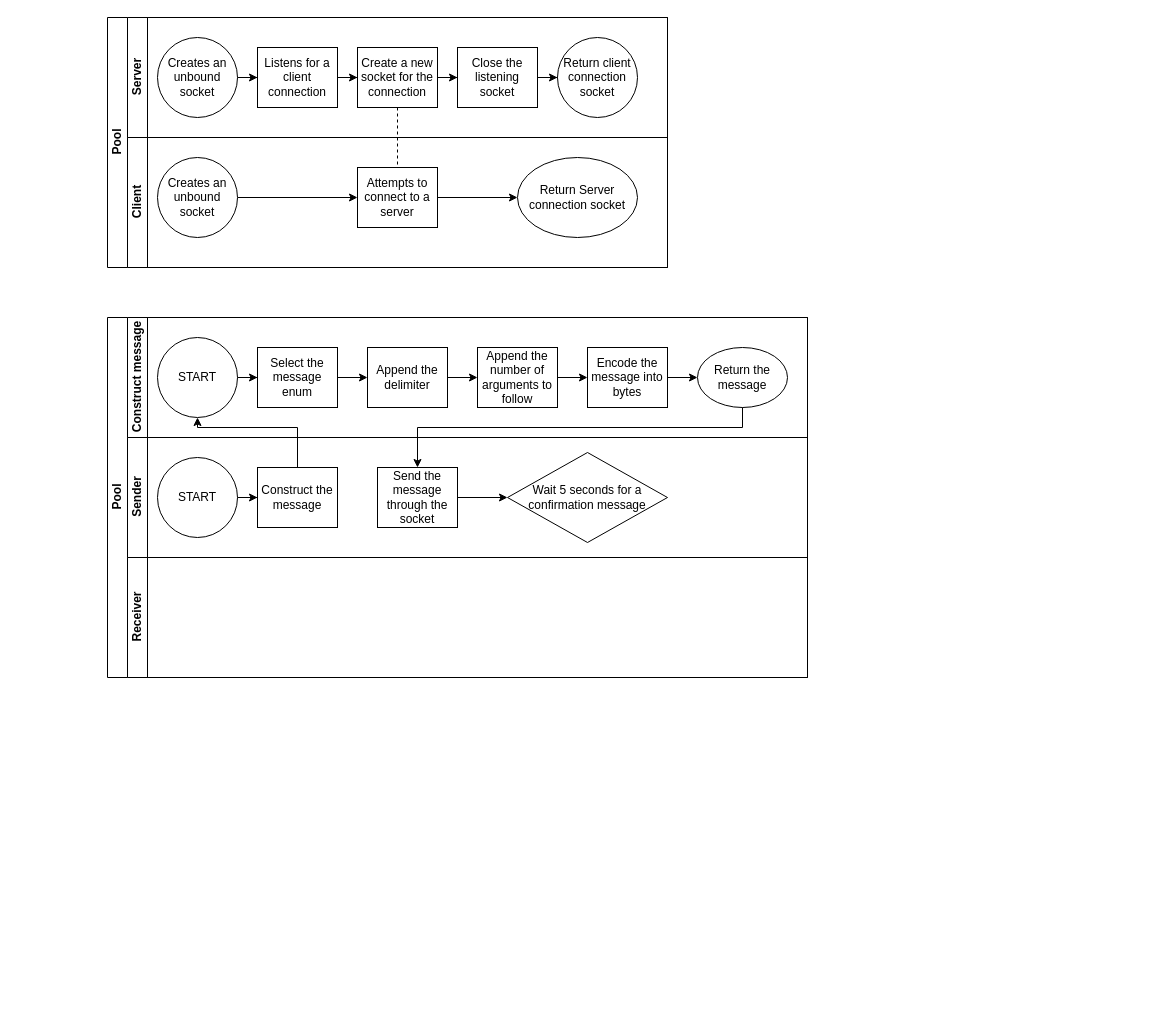
Earlier version of the draw.io diagram Swim lane diagrams.drawio (Rufushwilliams/NEA---MasterMind). Source tidied: cells renumbered, new cells numbered last; positions are measured from the earlier drawing's top-left corner, leaving out a move shared by most shapes. Both pictures are drawn from the tidied source at 100%, with x=0, y=0 at pixel (107, 17).
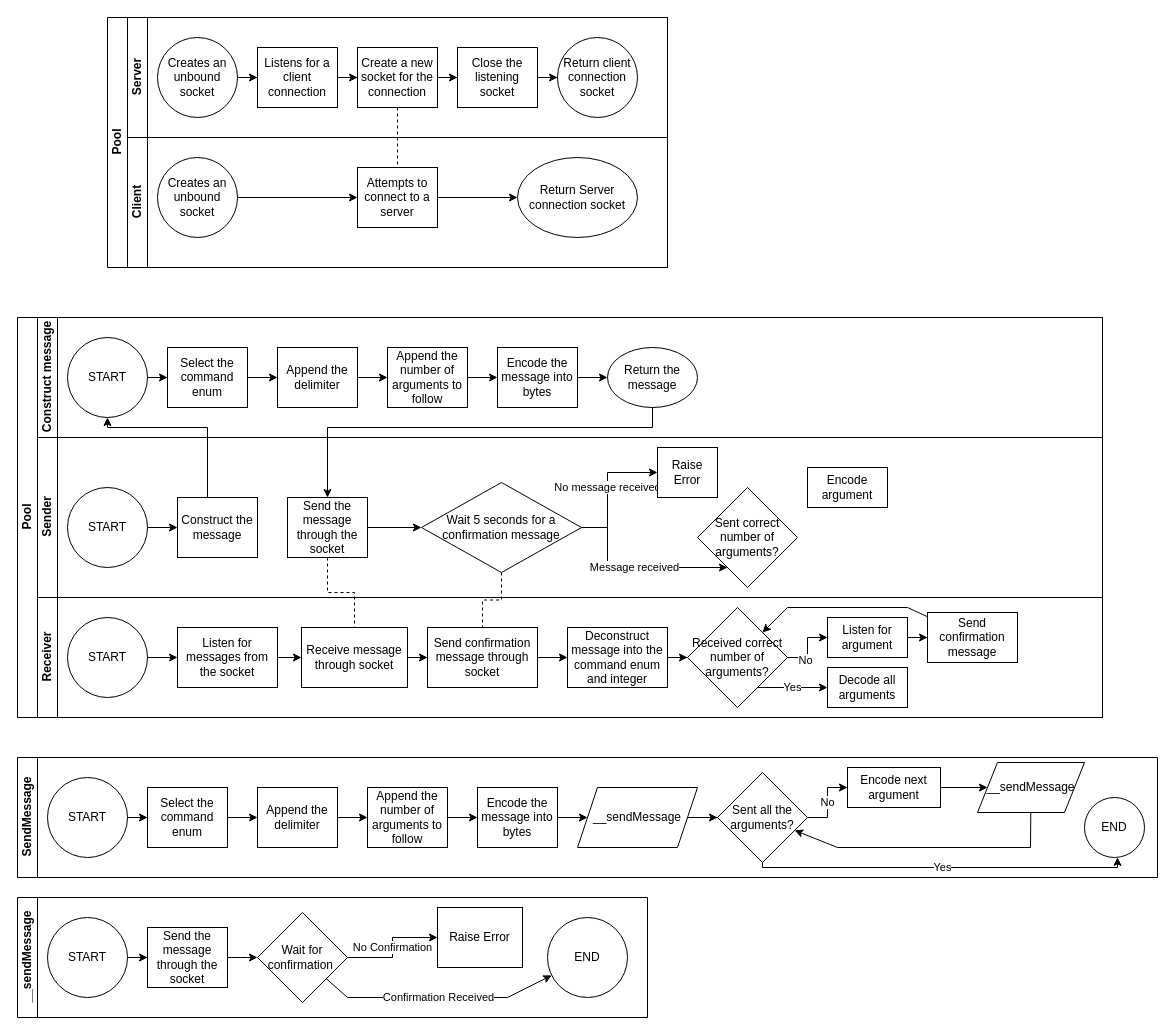
Above is the later version.

Diff of the diagram source:
```diff
@@
     <mxCell id="20" value="Pool" style="swimlane;html=1;horizontal=0;startSize=20;" parent="1" vertex="1">
-      <mxGeometry y="300" width="700" height="360" as="geometry" />
+      <mxGeometry x="-90" y="300" width="1085" height="400" as="geometry" />
     </mxCell>
     <mxCell id="21" value="Construct message" style="swimlane;html=1;startSize=20;horizontal=0;" parent="20" vertex="1">
-      <mxGeometry x="20" width="680" height="120" as="geometry" />
+      <mxGeometry x="20" width="1065" height="120" as="geometry" />
     </mxCell>
@@
-    <mxCell id="24" value="Select the message enum" style="rounded=0;whiteSpace=wrap;html=1;fontFamily=Helvetica;fontSize=12;fontColor=#000000;align=center;" parent="21" vertex="1">
+    <mxCell id="24" value="Select the command enum" style="rounded=0;whiteSpace=wrap;html=1;fontFamily=Helvetica;fontSize=12;fontColor=#000000;align=center;" parent="21" vertex="1">
       <mxGeometry x="130" y="30" width="80" height="60" as="geometry" />
     </mxCell>
@@
     <mxCell id="33" value="Sender" style="swimlane;html=1;startSize=20;horizontal=0;" parent="20" vertex="1">
-      <mxGeometry x="20" y="120" width="680" height="120" as="geometry" />
+      <mxGeometry x="20" y="120" width="1065" height="160" as="geometry" />
     </mxCell>
@@
     <mxCell id="35" value="START" style="ellipse;whiteSpace=wrap;html=1;" parent="33" vertex="1">
-      <mxGeometry x="30" y="20" width="80" height="80" as="geometry" />
+      <mxGeometry x="30" y="50" width="80" height="80" as="geometry" />
     </mxCell>
     <mxCell id="36" value="Construct the message" style="rounded=0;whiteSpace=wrap;html=1;fontFamily=Helvetica;fontSize=12;fontColor=#000000;align=center;" parent="33" vertex="1">
-      <mxGeometry x="130" y="30" width="80" height="60" as="geometry" />
+      <mxGeometry x="140" y="60" width="80" height="60" as="geometry" />
     </mxCell>
@@
     <mxCell id="38" value="Send the message through the socket" style="rounded=0;whiteSpace=wrap;html=1;fontFamily=Helvetica;fontSize=12;fontColor=#000000;align=center;" parent="33" vertex="1">
-      <mxGeometry x="250" y="30" width="80" height="60" as="geometry" />
+      <mxGeometry x="250" y="60" width="80" height="60" as="geometry" />
     </mxCell>
+    <mxCell id="43" value="No message received" style="edgeStyle=orthogonalEdgeStyle;rounded=0;jettySize=auto;html=1;" parent="33" edge="1" source="39" target="44">
+      <mxGeometry relative="1" as="geometry">
+        <Array as="points">
+          <mxPoint x="570" y="90" />
+          <mxPoint x="570" y="35" />
+        </Array>
+      </mxGeometry>
+    </mxCell>
     <mxCell id="39" value="Wait 5 seconds for a confirmation message" style="rhombus;whiteSpace=wrap;html=1;fontColor=#000000;rounded=0;" parent="33" vertex="1">
-      <mxGeometry x="380" y="15" width="160" height="90" as="geometry" />
+      <mxGeometry x="384" y="45" width="160" height="90" as="geometry" />
     </mxCell>
+    <mxCell id="44" value="Raise Error" style="whiteSpace=wrap;html=1;fontColor=#000000;rounded=0;" parent="33" vertex="1">
+      <mxGeometry x="620" y="10" width="60" height="50" as="geometry" />
+    </mxCell>
+    <mxCell id="45" value="Message received" style="edgeStyle=orthogonalEdgeStyle;rounded=0;jettySize=auto;html=1;" parent="33" edge="1" source="39" target="46">
+      <mxGeometry relative="1" as="geometry">
+        <Array as="points">
+          <mxPoint x="570" y="90" />
+          <mxPoint x="570" y="130" />
+        </Array>
+      </mxGeometry>
+    </mxCell>
+    <mxCell id="46" value="Sent correct number of arguments?" style="rhombus;whiteSpace=wrap;html=1;" parent="33" vertex="1">
+      <mxGeometry x="660" y="50" width="100" height="100" as="geometry" />
+    </mxCell>
+    <mxCell id="47" value="Encode argument" style="whiteSpace=wrap;html=1;" parent="33" vertex="1">
+      <mxGeometry x="770" y="30" width="80" height="40" as="geometry" />
+    </mxCell>
     <mxCell id="40" value="Receiver" style="swimlane;html=1;startSize=20;horizontal=0;" parent="20" vertex="1">
-      <mxGeometry x="20" y="240" width="680" height="120" as="geometry" />
+      <mxGeometry x="20" y="280" width="1065" height="120" as="geometry" />
     </mxCell>
+    <mxCell id="48" value="START" style="ellipse;whiteSpace=wrap;html=1;" parent="40" vertex="1">
+      <mxGeometry x="30" y="20" width="80" height="80" as="geometry" />
+    </mxCell>
+    <mxCell id="49" style="edgeStyle=orthogonalEdgeStyle;rounded=0;jettySize=auto;html=1;" parent="40" edge="1" source="50" target="54">
+      <mxGeometry relative="1" as="geometry" />
+    </mxCell>
+    <mxCell id="50" value="Receive message through socket" style="whiteSpace=wrap;html=1;" parent="40" vertex="1">
+      <mxGeometry x="264" y="30" width="106" height="60" as="geometry" />
+    </mxCell>
+    <mxCell id="51" style="edgeStyle=orthogonalEdgeStyle;rounded=0;jettySize=auto;html=1;" parent="40" edge="1" source="52" target="50">
+      <mxGeometry relative="1" as="geometry" />
+    </mxCell>
+    <mxCell id="52" value="Listen for messages from the socket" style="whiteSpace=wrap;html=1;" parent="40" vertex="1">
+      <mxGeometry x="140" y="30" width="100" height="60" as="geometry" />
+    </mxCell>
+    <mxCell id="53" style="edgeStyle=orthogonalEdgeStyle;rounded=0;jettySize=auto;html=1;" parent="40" edge="1" source="48" target="52">
+      <mxGeometry relative="1" as="geometry" />
+    </mxCell>
+    <mxCell id="54" value="Send confirmation message through socket" style="whiteSpace=wrap;html=1;" parent="40" vertex="1">
+      <mxGeometry x="390" y="30" width="110" height="60" as="geometry" />
+    </mxCell>
+    <mxCell id="55" style="edgeStyle=orthogonalEdgeStyle;rounded=0;jettySize=auto;html=1;" parent="40" edge="1" source="56" target="58">
+      <mxGeometry relative="1" as="geometry" />
+    </mxCell>
+    <mxCell id="56" value="Deconstruct message into the command enum and integer" style="whiteSpace=wrap;html=1;" parent="40" vertex="1">
+      <mxGeometry x="530" y="30" width="100" height="60" as="geometry" />
+    </mxCell>
+    <mxCell id="57" style="edgeStyle=orthogonalEdgeStyle;rounded=0;jettySize=auto;html=1;" parent="40" edge="1" source="54" target="56">
+      <mxGeometry relative="1" as="geometry" />
+    </mxCell>
+    <mxCell id="58" value="Received correct number of arguments?" style="rhombus;whiteSpace=wrap;html=1;" parent="40" vertex="1">
+      <mxGeometry x="650" y="10" width="100" height="100" as="geometry" />
+    </mxCell>
+    <mxCell id="59" value="Listen for argument" style="whiteSpace=wrap;html=1;" parent="40" vertex="1">
+      <mxGeometry x="790" y="20" width="80" height="40" as="geometry" />
+    </mxCell>
+    <mxCell id="60" style="edgeStyle=orthogonalEdgeStyle;rounded=0;jettySize=auto;html=1;" parent="40" edge="1" source="58" target="59">
+      <mxGeometry relative="1" as="geometry" />
+    </mxCell>
+    <mxCell id="61" value="No" style="edgeLabel;html=1;align=center;verticalAlign=middle;" parent="60" vertex="1">
+      <mxGeometry x="-0.42" y="-2" relative="1" as="geometry" />
+    </mxCell>
+    <mxCell id="62" value="Send confirmation message" style="whiteSpace=wrap;html=1;" parent="40" vertex="1">
+      <mxGeometry x="890" y="15" width="90" height="50" as="geometry" />
+    </mxCell>
+    <mxCell id="63" style="edgeStyle=orthogonalEdgeStyle;rounded=0;jettySize=auto;html=1;" parent="40" edge="1" source="59" target="62">
+      <mxGeometry relative="1" as="geometry" />
+    </mxCell>
+    <mxCell id="64" style="endArrow=classic;html=1;rounded=0;" parent="40" edge="1" source="62" target="58">
+      <mxGeometry relative="1" as="geometry">
+        <Array as="points">
+          <mxPoint x="870" y="10" />
+          <mxPoint x="750" y="10" />
+        </Array>
+      </mxGeometry>
+    </mxCell>
+    <mxCell id="65" value="Decode all arguments" style="whiteSpace=wrap;html=1;" parent="40" vertex="1">
+      <mxGeometry x="790" y="70" width="80" height="40" as="geometry" />
+    </mxCell>
+    <mxCell id="66" value="Yes" style="edgeStyle=orthogonalEdgeStyle;rounded=0;jettySize=auto;html=1;" parent="40" edge="1" source="58" target="65">
+      <mxGeometry relative="1" as="geometry">
+        <Array as="points">
+          <mxPoint x="760" y="90" />
+          <mxPoint x="760" y="90" />
+        </Array>
+      </mxGeometry>
+    </mxCell>
@@
+    <mxCell id="67" style="edgeStyle=orthogonalEdgeStyle;rounded=0;jettySize=auto;html=1;dashed=1;endArrow=none;endFill=0;" parent="20" edge="1" source="38" target="50">
+      <mxGeometry relative="1" as="geometry" />
+    </mxCell>
+    <mxCell id="68" style="edgeStyle=orthogonalEdgeStyle;rounded=0;jettySize=auto;html=1;dashed=1;endArrow=none;endFill=0;" parent="20" edge="1" source="39" target="54">
+      <mxGeometry relative="1" as="geometry" />
+    </mxCell>
+    <mxCell id="69" value="SendMessage" style="swimlane;html=1;startSize=20;horizontal=0;" parent="1" vertex="1">
+      <mxGeometry x="-90" y="740" width="1140" height="120" as="geometry" />
+    </mxCell>
+    <mxCell id="70" style="edgeStyle=orthogonalEdgeStyle;rounded=0;jettySize=auto;html=1;" parent="69" edge="1" source="71" target="72">
+      <mxGeometry relative="1" as="geometry" />
+    </mxCell>
+    <mxCell id="71" value="START" style="ellipse;whiteSpace=wrap;html=1;" parent="69" vertex="1">
+      <mxGeometry x="30" y="20" width="80" height="80" as="geometry" />
+    </mxCell>
+    <mxCell id="72" value="Select the command enum" style="rounded=0;whiteSpace=wrap;html=1;fontFamily=Helvetica;fontSize=12;fontColor=#000000;align=center;" parent="69" vertex="1">
+      <mxGeometry x="130" y="30" width="80" height="60" as="geometry" />
+    </mxCell>
+    <mxCell id="73" style="edgeStyle=orthogonalEdgeStyle;rounded=0;jettySize=auto;html=1;" parent="69" edge="1" source="74" target="77">
+      <mxGeometry relative="1" as="geometry" />
+    </mxCell>
+    <mxCell id="74" value="Append the delimiter" style="rounded=0;whiteSpace=wrap;html=1;fontFamily=Helvetica;fontSize=12;fontColor=#000000;align=center;" parent="69" vertex="1">
+      <mxGeometry x="240" y="30" width="80" height="60" as="geometry" />
+    </mxCell>
+    <mxCell id="75" style="edgeStyle=orthogonalEdgeStyle;rounded=0;jettySize=auto;html=1;" parent="69" edge="1" source="72" target="74">
+      <mxGeometry relative="1" as="geometry" />
+    </mxCell>
+    <mxCell id="76" style="edgeStyle=orthogonalEdgeStyle;rounded=0;jettySize=auto;html=1;" parent="69" edge="1" source="77" target="78">
+      <mxGeometry relative="1" as="geometry" />
+    </mxCell>
+    <mxCell id="77" value="Append the number of arguments to follow" style="rounded=0;whiteSpace=wrap;html=1;fontFamily=Helvetica;fontSize=12;fontColor=#000000;align=center;" parent="69" vertex="1">
+      <mxGeometry x="350" y="30" width="80" height="60" as="geometry" />
+    </mxCell>
+    <mxCell id="78" value="Encode the message into bytes" style="rounded=0;whiteSpace=wrap;html=1;fontFamily=Helvetica;fontSize=12;fontColor=#000000;align=center;" parent="69" vertex="1">
+      <mxGeometry x="460" y="30" width="80" height="60" as="geometry" />
+    </mxCell>
+    <mxCell id="79" style="edgeStyle=orthogonalEdgeStyle;rounded=0;jettySize=auto;html=1;" parent="69" edge="1" source="78" target="80">
+      <mxGeometry relative="1" as="geometry" />
+    </mxCell>
+    <mxCell id="80" value="__sendMessage" style="shape=parallelogram;perimeter=parallelogramPerimeter;whiteSpace=wrap;html=1;fixedSize=1;" parent="69" vertex="1">
+      <mxGeometry x="560" y="30" width="120" height="60" as="geometry" />
+    </mxCell>
+    <mxCell id="81" value="Sent all the arguments?" style="rhombus;whiteSpace=wrap;html=1;" parent="69" vertex="1">
+      <mxGeometry x="700" y="15" width="90" height="90" as="geometry" />
+    </mxCell>
+    <mxCell id="82" style="edgeStyle=orthogonalEdgeStyle;rounded=0;jettySize=auto;html=1;" parent="69" edge="1" source="80" target="81">
+      <mxGeometry relative="1" as="geometry" />
+    </mxCell>
+    <mxCell id="83" value="Encode next argument" style="whiteSpace=wrap;html=1;" parent="69" vertex="1">
+      <mxGeometry x="830" y="10" width="93" height="40" as="geometry" />
+    </mxCell>
+    <mxCell id="84" value="No" style="edgeStyle=orthogonalEdgeStyle;rounded=0;jettySize=auto;html=1;" parent="69" edge="1" source="81" target="83">
+      <mxGeometry relative="1" as="geometry" />
+    </mxCell>
+    <mxCell id="85" value="__sendMessage" style="shape=parallelogram;perimeter=parallelogramPerimeter;whiteSpace=wrap;html=1;fixedSize=1;" parent="69" vertex="1">
+      <mxGeometry x="960" y="5" width="107" height="50" as="geometry" />
+    </mxCell>
+    <mxCell id="86" style="edgeStyle=orthogonalEdgeStyle;rounded=0;jettySize=auto;html=1;" parent="69" edge="1" source="83" target="85">
+      <mxGeometry relative="1" as="geometry" />
+    </mxCell>
+    <mxCell id="87" value="END" style="ellipse;whiteSpace=wrap;html=1;" parent="69" vertex="1">
+      <mxGeometry x="1067" y="40" width="60" height="60" as="geometry" />
+    </mxCell>
+    <mxCell id="88" value="Yes" style="edgeStyle=orthogonalEdgeStyle;rounded=0;jettySize=auto;html=1;" parent="69" edge="1" source="81" target="87">
+      <mxGeometry relative="1" as="geometry">
+        <Array as="points">
+          <mxPoint x="745" y="110" />
+          <mxPoint x="1100" y="110" />
+        </Array>
+      </mxGeometry>
+    </mxCell>
+    <mxCell id="89" style="endArrow=classic;html=1;rounded=0;" parent="69" edge="1" source="85" target="81">
+      <mxGeometry relative="1" as="geometry">
+        <Array as="points">
+          <mxPoint x="1013" y="90" />
+          <mxPoint x="820" y="90" />
+        </Array>
+      </mxGeometry>
+    </mxCell>
+    <mxCell id="90" value="__sendMessage" style="swimlane;html=1;startSize=20;horizontal=0;" parent="1" vertex="1">
+      <mxGeometry x="-90" y="880" width="630" height="120" as="geometry" />
+    </mxCell>
+    <mxCell id="91" style="edgeStyle=orthogonalEdgeStyle;rounded=0;jettySize=auto;html=1;" parent="90" edge="1" source="92" target="93">
+      <mxGeometry relative="1" as="geometry" />
+    </mxCell>
+    <mxCell id="92" value="START" style="ellipse;whiteSpace=wrap;html=1;" parent="90" vertex="1">
+      <mxGeometry x="30" y="20" width="80" height="80" as="geometry" />
+    </mxCell>
+    <mxCell id="93" value="Send the message through the socket" style="rounded=0;whiteSpace=wrap;html=1;fontFamily=Helvetica;fontSize=12;fontColor=#000000;align=center;" parent="90" vertex="1">
+      <mxGeometry x="130" y="30" width="80" height="60" as="geometry" />
+    </mxCell>
+    <mxCell id="94" style="edgeStyle=orthogonalEdgeStyle;rounded=0;jettySize=auto;html=1;" parent="90" edge="1" source="93">
+      <mxGeometry relative="1" as="geometry">
+        <mxPoint x="240" y="60" as="targetPoint" />
+      </mxGeometry>
+    </mxCell>
+    <mxCell id="95" value="Wait for confirmation&amp;nbsp;" style="rhombus;whiteSpace=wrap;html=1;" parent="90" vertex="1">
+      <mxGeometry x="240" y="15" width="90" height="90" as="geometry" />
+    </mxCell>
+    <mxCell id="96" value="Raise Error" style="whiteSpace=wrap;html=1;" parent="90" vertex="1">
+      <mxGeometry x="420" y="10" width="85" height="60" as="geometry" />
+    </mxCell>
+    <mxCell id="97" value="No Confirmation" style="edgeStyle=orthogonalEdgeStyle;rounded=0;jettySize=auto;html=1;" parent="90" edge="1" source="95" target="96">
+      <mxGeometry relative="1" as="geometry" />
+    </mxCell>
+    <mxCell id="98" value="END" style="ellipse;whiteSpace=wrap;html=1;" parent="90" vertex="1">
+      <mxGeometry x="530" y="20" width="80" height="80" as="geometry" />
+    </mxCell>
+    <mxCell id="99" value="Confirmation Received" style="endArrow=classic;html=1;rounded=0;" parent="90" edge="1" source="95" target="98">
+      <mxGeometry relative="1" as="geometry">
+        <Array as="points">
+          <mxPoint x="330" y="100" />
+          <mxPoint x="490" y="100" />
+        </Array>
+      </mxGeometry>
+    </mxCell>
```
